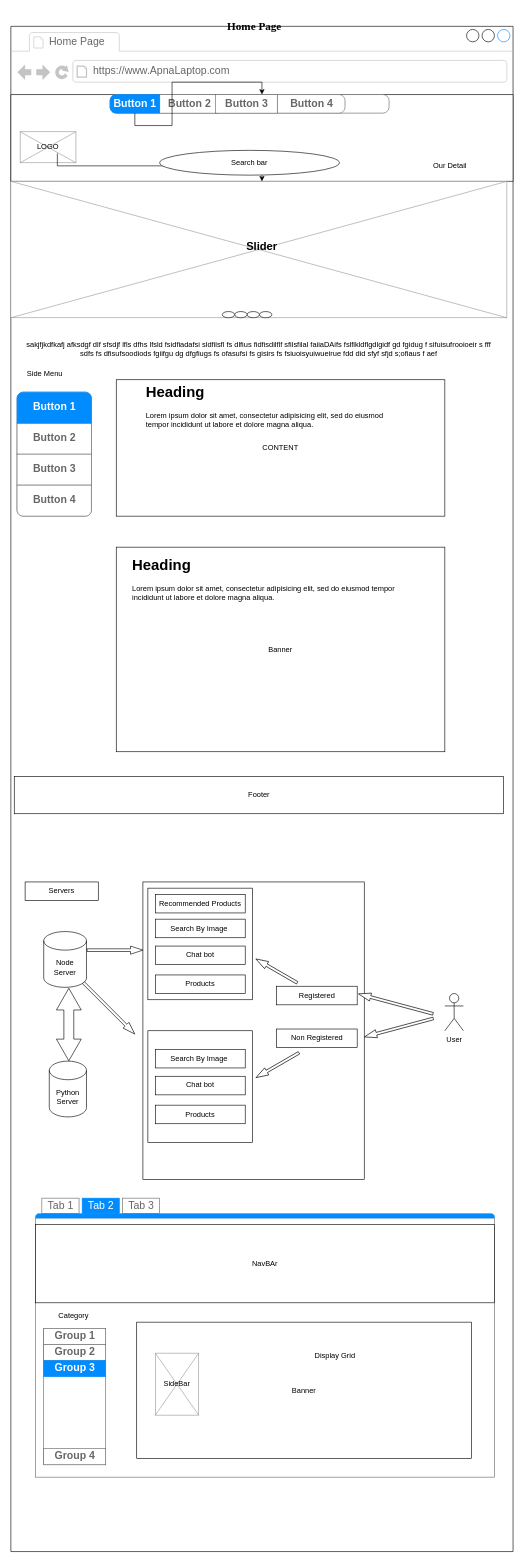
The draw.io diagram HomePage.drawio in Hamza8479/Wireframe, before the edit. Source tidied: cells renumbered, new cells numbered last; positions are measured from the earlier drawing's top-left corner, leaving out a move shared by most shapes. Both pictures are drawn from the tidied source at 62%, with x=0, y=0 at pixel (11, 20).
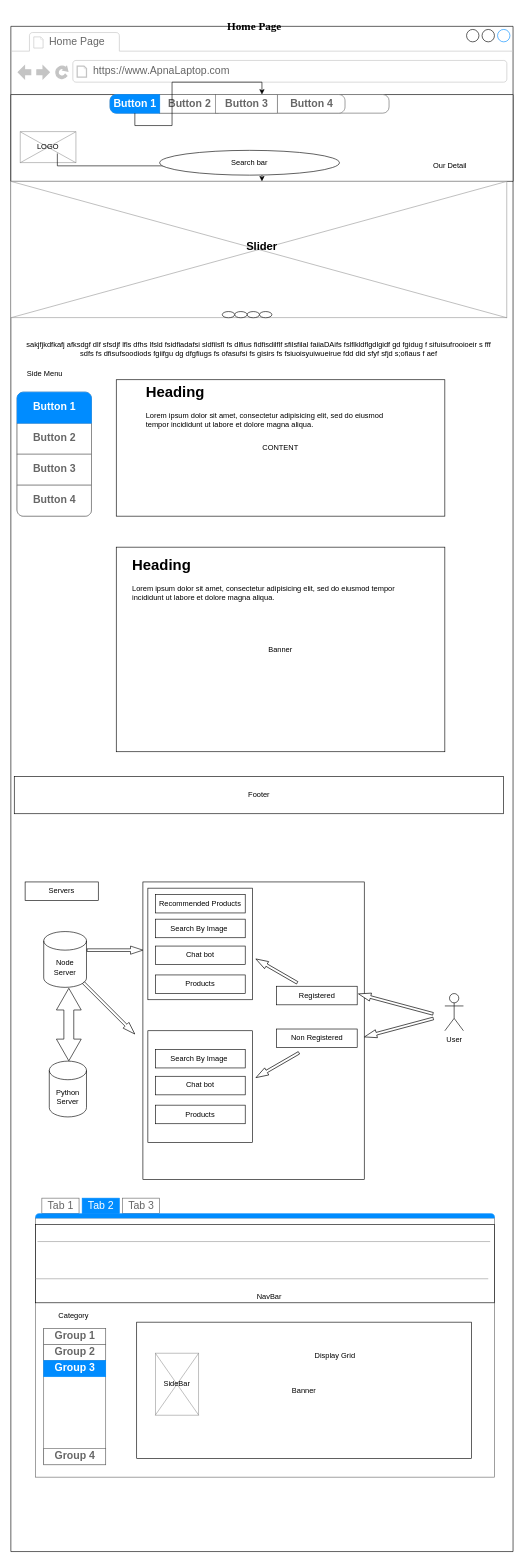
The same page after the edit.

Unchanged cells that the change refers to:
```xml
<mxCell id="59" style="strokeWidth=1;shadow=0;dashed=0;align=center;html=1;shape=mxgraph.mockup.containers.marginRect2;rectMarginTop=32;strokeColor=#666666;gradientColor=none;" parent="2" vertex="1">
  <mxGeometry x="40" y="1890" width="740" height="450" as="geometry" />
</mxCell>
```

Change to the diagram source:
```diff
@@
-    <mxCell id="64" value="NavBAr" style="rounded=0;whiteSpace=wrap;html=1;" parent="59" vertex="1">
+    <mxCell id="64" style="rounded=0;whiteSpace=wrap;html=1;" parent="59" vertex="1">
       <mxGeometry y="42.2" width="740" height="126.6" as="geometry" />
     </mxCell>
@@
+    <mxCell id="76" value="NavBar" style="text;html=1;strokeColor=none;fillColor=none;align=center;verticalAlign=middle;whiteSpace=wrap;rounded=0;" parent="59" vertex="1">
+      <mxGeometry x="357" y="148.8" width="40" height="20" as="geometry" />
+    </mxCell>
@@
+    <mxCell id="77" style="verticalLabelPosition=bottom;shadow=0;dashed=0;align=center;html=1;verticalAlign=top;strokeWidth=1;shape=mxgraph.mockup.markup.line;strokeColor=#999999;" parent="1" vertex="1">
+      <mxGeometry x="43" y="1960" width="730" height="20" as="geometry" />
+    </mxCell>
+    <mxCell id="78" style="verticalLabelPosition=bottom;shadow=0;dashed=0;align=center;html=1;verticalAlign=top;strokeWidth=1;shape=mxgraph.mockup.markup.line;strokeColor=#999999;" parent="1" vertex="1">
+      <mxGeometry x="40" y="2020" width="730" height="20" as="geometry" />
+    </mxCell>
```
